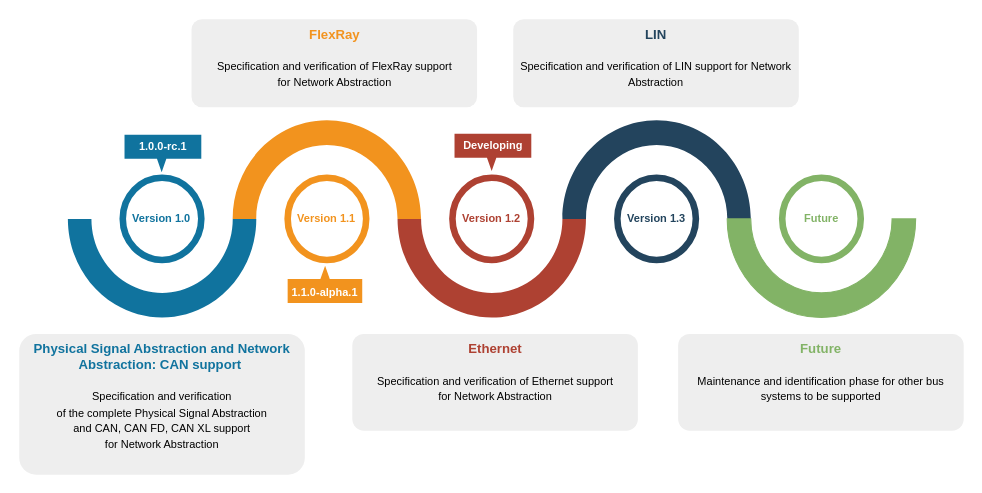
modelica/fmi-ls-bus keeps this draw.io diagram as roadmap_overview.drawio. Above is the earlier version. Source tidied: cells renumbered, new cells numbered last; positions are measured from the earlier drawing's top-left corner, leaving out a move shared by most shapes. Both pictures are drawn from the tidied source at 110%, with x=0, y=0 at pixel (19, 19).
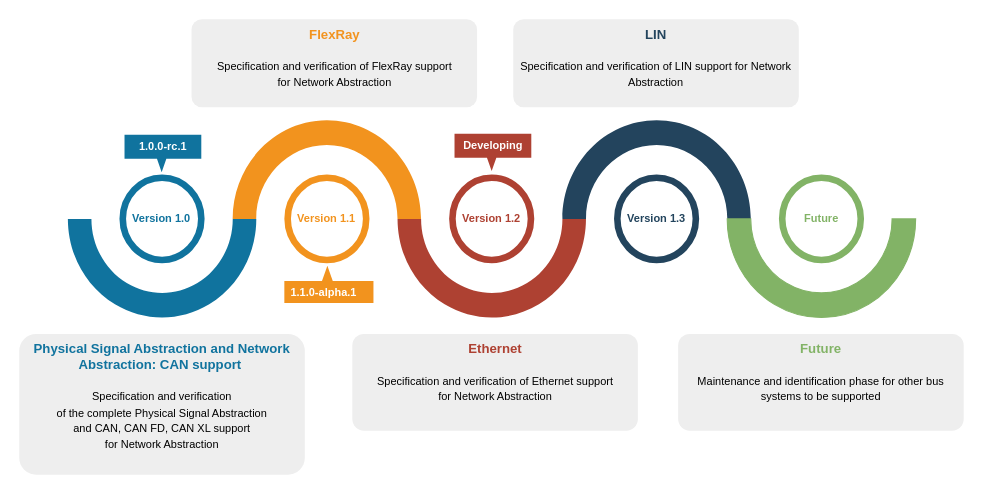
Above is the later version.

Commit message (it also covers changes not shown here):
Fixing FMI-LS-BUS overview roadmap (1.1.0 Alpha.1)

What changed in the source:
```diff
@@
-    <mxCell id="19" style="html=1;whiteSpace=wrap;shape=mxgraph.infographic.barCallout;dx=33.76;dy=12.19;fillColor=#F2931E;strokeColor=none;align=center;verticalAlign=top;fontColor=#ffffff;fontSize=14;fontStyle=1;shadow=0;spacingTop=-6;horizontal=1;spacingBottom=-8;rotation=-180;" parent="1" vertex="1">
-      <mxGeometry x="244" y="224" width="67.8" height="34" as="geometry" />
+    <mxCell id="19" style="html=1;whiteSpace=wrap;shape=mxgraph.infographic.barCallout;dx=41.89;dy=13.99;fillColor=#F2931E;strokeColor=none;align=center;verticalAlign=top;fontColor=#ffffff;fontSize=14;fontStyle=1;shadow=0;spacingTop=-6;horizontal=1;spacingBottom=-8;rotation=-180;" parent="1" vertex="1">
+      <mxGeometry x="241" y="224" width="81" height="34" as="geometry" />
     </mxCell>
     <mxCell id="20" value="&lt;b style=&quot;text-wrap-mode: wrap;&quot;&gt;1.1.0-alpha.1&lt;/b&gt;" style="text;strokeColor=none;fillColor=none;html=1;fontSize=10;fontStyle=1;verticalAlign=middle;align=left;fontColor=#FFFFFF;whiteSpace=wrap;" parent="1" vertex="1">
-      <mxGeometry x="246" y="232" width="100" height="31" as="geometry" />
+      <mxGeometry x="245" y="232" width="100" height="31" as="geometry" />
     </mxCell>
```
